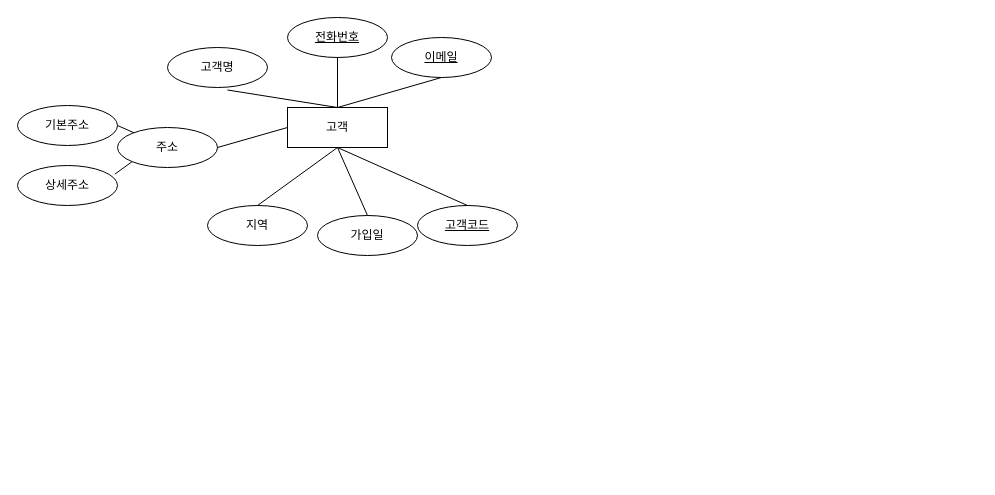
Earlier version of the draw.io diagram 제목 없는 다이어그램.drawio (woozi97/erd). Source tidied: cells renumbered, new cells numbered last; positions are measured from the earlier drawing's top-left corner, leaving out a move shared by most shapes. Both pictures are drawn from the tidied source at 100%, with x=0, y=0 at pixel (17, 17).
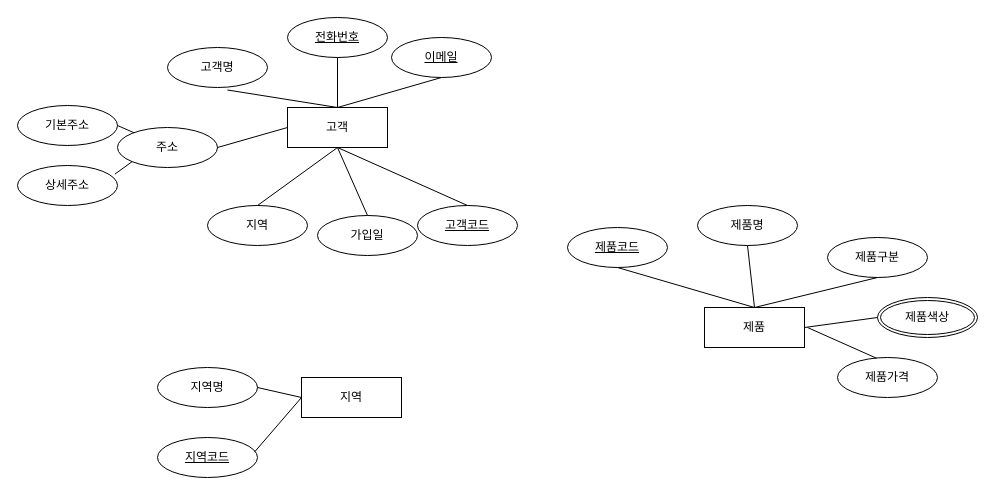
After the change.

Commit message:
제목 없는 다이어그램.drawio 업데이트

Change to the diagram source:
```diff
@@
+    <mxCell id="21" value="지역" style="whiteSpace=wrap;html=1;align=center;" parent="1" vertex="1">
+      <mxGeometry x="284" y="360" width="100" height="40" as="geometry" />
+    </mxCell>
+    <mxCell id="22" value="지역명" style="ellipse;whiteSpace=wrap;html=1;align=center;" parent="1" vertex="1">
+      <mxGeometry x="140" y="350" width="100" height="40" as="geometry" />
+    </mxCell>
+    <mxCell id="23" style="endArrow=none;html=1;rounded=0;exitX=1;exitY=0.5;exitDx=0;exitDy=0;entryX=0;entryY=0.5;entryDx=0;entryDy=0;" parent="1" edge="1" source="22" target="21">
+      <mxGeometry relative="1" as="geometry" />
+    </mxCell>
+    <mxCell id="24" value="지역코드" style="ellipse;whiteSpace=wrap;html=1;align=center;fontStyle=4;" parent="1" vertex="1">
+      <mxGeometry x="140" y="420" width="100" height="40" as="geometry" />
+    </mxCell>
+    <mxCell id="25" style="endArrow=none;html=1;rounded=0;exitX=0;exitY=0.5;exitDx=0;exitDy=0;entryX=0.973;entryY=0.355;entryDx=0;entryDy=0;entryPerimeter=0;" parent="1" edge="1" source="21" target="24">
+      <mxGeometry relative="1" as="geometry" />
+    </mxCell>
+    <mxCell id="26" value="제품" style="whiteSpace=wrap;html=1;align=center;" parent="1" vertex="1">
+      <mxGeometry x="687" y="290" width="100" height="40" as="geometry" />
+    </mxCell>
+    <mxCell id="27" value="제품명" style="ellipse;whiteSpace=wrap;html=1;align=center;" parent="1" vertex="1">
+      <mxGeometry x="680" y="188" width="100" height="40" as="geometry" />
+    </mxCell>
+    <mxCell id="28" style="endArrow=none;html=1;rounded=0;exitX=0.5;exitY=1;exitDx=0;exitDy=0;entryX=0.5;entryY=0;entryDx=0;entryDy=0;" parent="1" edge="1" source="27" target="26">
+      <mxGeometry relative="1" as="geometry" />
+    </mxCell>
+    <mxCell id="29" value="제품코드" style="ellipse;whiteSpace=wrap;html=1;align=center;fontStyle=4;" parent="1" vertex="1">
+      <mxGeometry x="550" y="210" width="100" height="40" as="geometry" />
+    </mxCell>
+    <mxCell id="30" style="endArrow=none;html=1;rounded=0;exitX=0.5;exitY=0;exitDx=0;exitDy=0;entryX=0.5;entryY=1;entryDx=0;entryDy=0;" parent="1" edge="1" source="26" target="29">
+      <mxGeometry relative="1" as="geometry" />
+    </mxCell>
+    <mxCell id="31" value="제품구분" style="ellipse;whiteSpace=wrap;html=1;align=center;" parent="1" vertex="1">
+      <mxGeometry x="810" y="220" width="100" height="40" as="geometry" />
+    </mxCell>
+    <mxCell id="32" style="endArrow=none;html=1;rounded=0;exitX=0.5;exitY=1;exitDx=0;exitDy=0;entryX=0.5;entryY=0;entryDx=0;entryDy=0;" parent="1" edge="1" source="31" target="26">
+      <mxGeometry relative="1" as="geometry" />
+    </mxCell>
+    <mxCell id="33" value="제품색상" style="ellipse;shape=doubleEllipse;margin=3;whiteSpace=wrap;html=1;align=center;" parent="1" vertex="1">
+      <mxGeometry x="860" y="280" width="100" height="40" as="geometry" />
+    </mxCell>
+    <mxCell id="34" value="제품가격" style="ellipse;whiteSpace=wrap;html=1;align=center;" parent="1" vertex="1">
+      <mxGeometry x="820" y="340" width="100" height="40" as="geometry" />
+    </mxCell>
+    <mxCell id="35" style="endArrow=none;html=1;rounded=0;exitX=0;exitY=0.5;exitDx=0;exitDy=0;entryX=1;entryY=0.5;entryDx=0;entryDy=0;" parent="1" edge="1" source="33" target="26">
+      <mxGeometry relative="1" as="geometry" />
+    </mxCell>
+    <mxCell id="36" style="endArrow=none;html=1;rounded=0;exitX=0.391;exitY=0.019;exitDx=0;exitDy=0;exitPerimeter=0;" parent="1" edge="1" source="34">
+      <mxGeometry relative="1" as="geometry">
+        <mxPoint x="790" y="310" as="targetPoint" />
+      </mxGeometry>
+    </mxCell>
```
